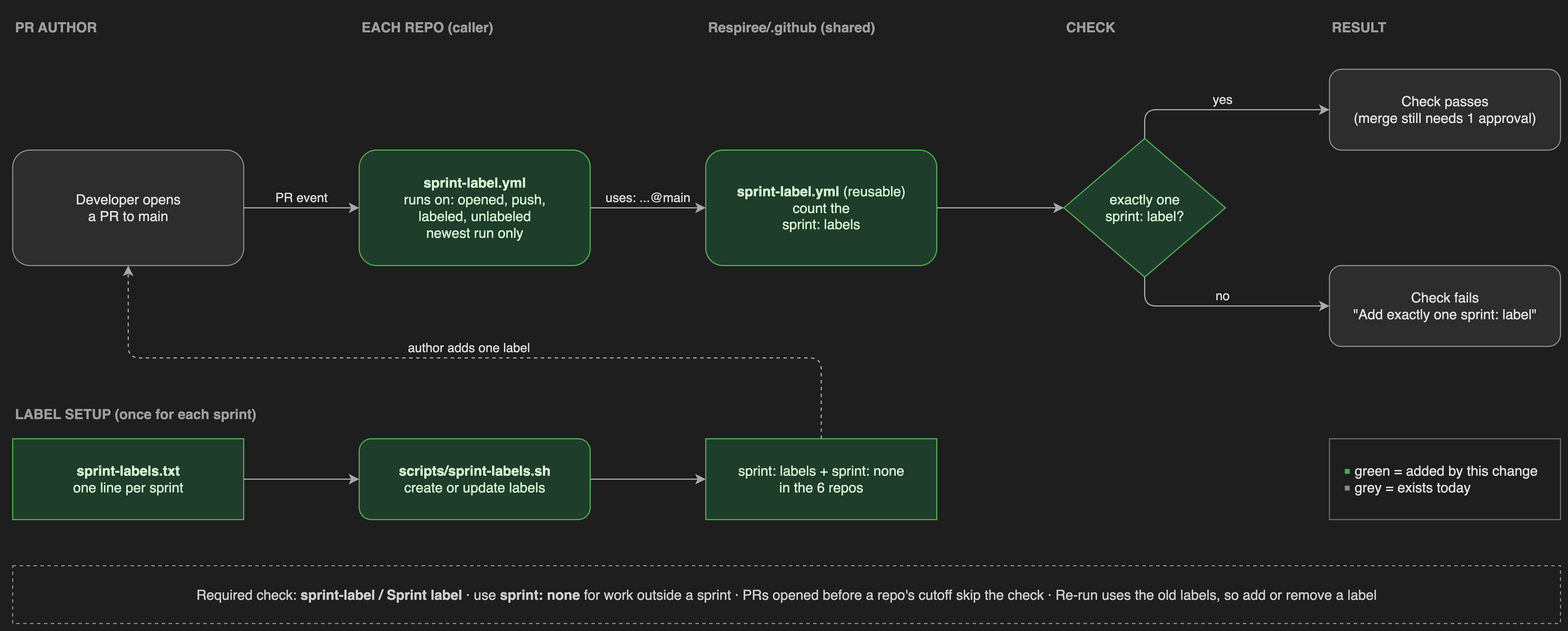
This is docs/sprint-label-flow.drawio.png from Respiree/.github, a draw.io export, as it was before one commit. Source tidied: cells renumbered, new cells last; positions are measured from the earlier drawing's top-left corner, leaving out a move shared by most shapes. Source of this version:
```xml
<mxGraphModel background="#1e1e1e">
  <root>
    <mxCell id="0" />
    <mxCell id="1" parent="0" />
    <mxCell id="2" value="PR AUTHOR" style="text;fontColor=#9e9e9e;fontStyle=1;align=left;" parent="1" vertex="1">
      <mxGeometry width="200" height="30" as="geometry" />
    </mxCell>
    <mxCell id="3" value="EACH REPO (caller)" style="text;fontColor=#9e9e9e;fontStyle=1;align=left;" parent="1" vertex="1">
      <mxGeometry x="300" width="200" height="30" as="geometry" />
    </mxCell>
    <mxCell id="4" value="Respiree/.github (shared)" style="text;fontColor=#9e9e9e;fontStyle=1;align=left;" parent="1" vertex="1">
      <mxGeometry x="600" width="220" height="30" as="geometry" />
    </mxCell>
    <mxCell id="5" value="CHECK" style="text;fontColor=#9e9e9e;fontStyle=1;align=left;" parent="1" vertex="1">
      <mxGeometry x="910" width="140" height="30" as="geometry" />
    </mxCell>
    <mxCell id="6" value="RESULT" style="text;fontColor=#9e9e9e;fontStyle=1;align=left;" parent="1" vertex="1">
      <mxGeometry x="1140" width="200" height="30" as="geometry" />
    </mxCell>
    <mxCell id="7" value="Developer opens&lt;br&gt;a PR to main" style="rounded=1;whiteSpace=wrap;html=1;fillColor=#2d2d2d;strokeColor=#8a8a8a;fontColor=#e0e0e0;" parent="1" vertex="1">
      <mxGeometry y="120" width="200" height="100" as="geometry" />
    </mxCell>
    <mxCell id="8" value="&lt;b&gt;sprint-label.yml&lt;/b&gt;&lt;br&gt;runs on: opened, push,&lt;br&gt;labeled, unlabeled&lt;br&gt;newest run only" style="rounded=1;whiteSpace=wrap;html=1;fillColor=#1f3d2b;strokeColor=#4caf50;fontColor=#d7f5d3;" parent="1" vertex="1">
      <mxGeometry x="300" y="120" width="200" height="100" as="geometry" />
    </mxCell>
    <mxCell id="9" value="&lt;b&gt;sprint-label.yml&lt;/b&gt; (reusable)&lt;br&gt;count the&lt;br&gt;sprint: labels" style="rounded=1;whiteSpace=wrap;html=1;fillColor=#1f3d2b;strokeColor=#4caf50;fontColor=#d7f5d3;" parent="1" vertex="1">
      <mxGeometry x="600" y="120" width="200" height="100" as="geometry" />
    </mxCell>
    <mxCell id="10" value="exactly one&lt;br&gt;sprint: label?" style="rhombus;whiteSpace=wrap;html=1;fillColor=#1f3d2b;strokeColor=#4caf50;fontColor=#d7f5d3;" parent="1" vertex="1">
      <mxGeometry x="910" y="110" width="140" height="120" as="geometry" />
    </mxCell>
    <mxCell id="11" value="Check passes&lt;br&gt;(merge still needs 1 approval)" style="rounded=1;whiteSpace=wrap;html=1;fillColor=#2d2d2d;strokeColor=#8a8a8a;fontColor=#e0e0e0;" parent="1" vertex="1">
      <mxGeometry x="1140" y="50" width="200" height="70" as="geometry" />
    </mxCell>
    <mxCell id="12" value="Check fails&lt;br&gt;&quot;Add exactly one sprint: label&quot;" style="rounded=1;whiteSpace=wrap;html=1;fillColor=#2d2d2d;strokeColor=#8a8a8a;fontColor=#e0e0e0;" parent="1" vertex="1">
      <mxGeometry x="1140" y="220" width="200" height="70" as="geometry" />
    </mxCell>
    <mxCell id="13" value="PR event" style="edgeStyle=orthogonalEdgeStyle;rounded=1;strokeColor=#aaaaaa;fontColor=#dddddd;labelBackgroundColor=none;verticalAlign=bottom;" parent="1" edge="1" source="7" target="8">
      <mxGeometry relative="1" as="geometry" />
    </mxCell>
    <mxCell id="14" value="uses: ...@main" style="edgeStyle=orthogonalEdgeStyle;rounded=1;strokeColor=#aaaaaa;fontColor=#dddddd;labelBackgroundColor=none;verticalAlign=bottom;" parent="1" edge="1" source="8" target="9">
      <mxGeometry relative="1" as="geometry" />
    </mxCell>
    <mxCell id="15" style="edgeStyle=orthogonalEdgeStyle;rounded=1;strokeColor=#aaaaaa;" parent="1" edge="1" source="9" target="10">
      <mxGeometry relative="1" as="geometry" />
    </mxCell>
    <mxCell id="16" value="yes" style="edgeStyle=orthogonalEdgeStyle;rounded=1;strokeColor=#aaaaaa;fontColor=#dddddd;labelBackgroundColor=none;verticalAlign=bottom;exitX=0.5;exitY=0;entryX=0;entryY=0.5;" parent="1" edge="1" source="10" target="11">
      <mxGeometry relative="1" as="geometry" />
    </mxCell>
    <mxCell id="17" value="no" style="edgeStyle=orthogonalEdgeStyle;rounded=1;strokeColor=#aaaaaa;fontColor=#dddddd;labelBackgroundColor=none;verticalAlign=bottom;exitX=0.5;exitY=1;entryX=0;entryY=0.5;" parent="1" edge="1" source="10" target="12">
      <mxGeometry relative="1" as="geometry" />
    </mxCell>
    <mxCell id="18" value="LABEL SETUP (once for each sprint)" style="text;fontColor=#9e9e9e;fontStyle=1;align=left;" parent="1" vertex="1">
      <mxGeometry y="335" width="300" height="30" as="geometry" />
    </mxCell>
    <mxCell id="19" value="&lt;b&gt;sprint-labels.txt&lt;/b&gt;&lt;br&gt;one line per sprint" style="whiteSpace=wrap;html=1;fillColor=#1f3d2b;strokeColor=#4caf50;fontColor=#d7f5d3;" parent="1" vertex="1">
      <mxGeometry y="370" width="200" height="70" as="geometry" />
    </mxCell>
    <mxCell id="20" value="&lt;b&gt;scripts/sprint-labels.sh&lt;/b&gt;&lt;br&gt;create or update labels" style="rounded=1;whiteSpace=wrap;html=1;fillColor=#1f3d2b;strokeColor=#4caf50;fontColor=#d7f5d3;" parent="1" vertex="1">
      <mxGeometry x="300" y="370" width="200" height="70" as="geometry" />
    </mxCell>
    <mxCell id="21" value="sprint: labels + sprint: none&lt;br&gt;in the 6 repos" style="whiteSpace=wrap;html=1;fillColor=#1f3d2b;strokeColor=#4caf50;fontColor=#d7f5d3;" parent="1" vertex="1">
      <mxGeometry x="600" y="370" width="200" height="70" as="geometry" />
    </mxCell>
    <mxCell id="22" style="edgeStyle=orthogonalEdgeStyle;rounded=1;strokeColor=#aaaaaa;" parent="1" edge="1" source="19" target="20">
      <mxGeometry relative="1" as="geometry" />
    </mxCell>
    <mxCell id="23" style="edgeStyle=orthogonalEdgeStyle;rounded=1;strokeColor=#aaaaaa;" parent="1" edge="1" source="20" target="21">
      <mxGeometry relative="1" as="geometry" />
    </mxCell>
    <mxCell id="24" value="author adds one label" style="edgeStyle=orthogonalEdgeStyle;rounded=1;strokeColor=#aaaaaa;fontColor=#dddddd;labelBackgroundColor=none;verticalAlign=bottom;dashed=1;exitX=0.5;exitY=0;entryX=0.5;entryY=1;" parent="1" edge="1" source="21" target="7">
      <mxGeometry relative="1" as="geometry">
        <Array as="points">
          <mxPoint x="700" y="300" />
          <mxPoint x="100" y="300" />
        </Array>
      </mxGeometry>
    </mxCell>
    <mxCell id="25" value="&lt;font color=&quot;#4caf50&quot;&gt;■&lt;/font&gt; green = added by this change&lt;br&gt;&lt;font color=&quot;#8a8a8a&quot;&gt;■&lt;/font&gt; grey = exists today" style="rounded=0;whiteSpace=wrap;html=1;fillColor=none;strokeColor=#6a6a6a;fontColor=#e0e0e0;align=left;spacingLeft=10;" parent="1" vertex="1">
      <mxGeometry x="1140" y="370" width="200" height="70" as="geometry" />
    </mxCell>
    <mxCell id="26" value="Required check: &lt;b&gt;sprint-label / Sprint label&lt;/b&gt;  ·  use &lt;b&gt;sprint: none&lt;/b&gt; for work outside a sprint  ·  PRs opened before a repo's cutoff skip the check  ·  Re-run uses the old labels, so add or remove a label" style="rounded=0;whiteSpace=wrap;html=1;fillColor=none;strokeColor=#8a8a8a;dashed=1;fontColor=#cfcfcf;" parent="1" vertex="1">
      <mxGeometry y="480" width="1340" height="50" as="geometry" />
    </mxCell>
  </root>
</mxGraphModel>
```
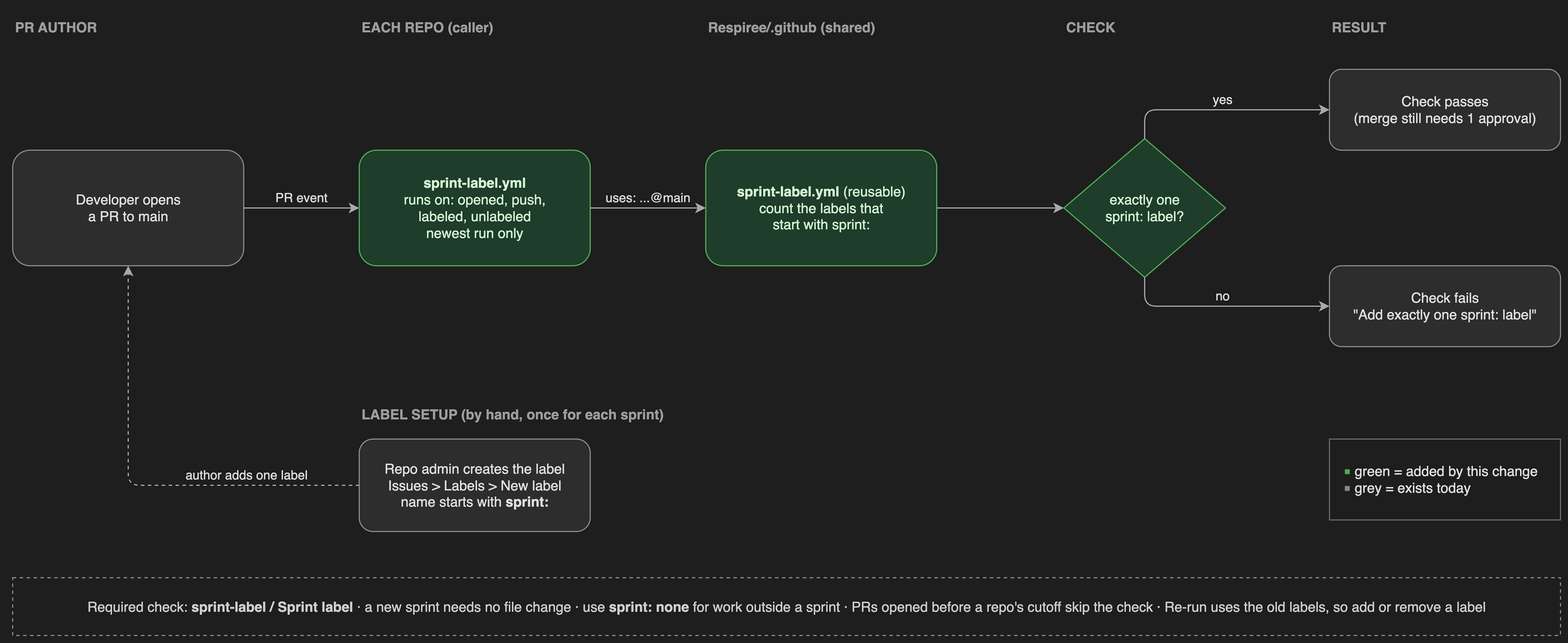
Later version of the same file.

Commit message:
drop the label list and sync script, the check accepts any sprint: label

Change to the diagram source:
```diff
@@ -23,7 +23,7 @@
     <mxCell id="8" value="&lt;b&gt;sprint-label.yml&lt;/b&gt;&lt;br&gt;runs on: opened, push,&lt;br&gt;labeled, unlabeled&lt;br&gt;newest run only" style="rounded=1;whiteSpace=wrap;html=1;fillColor=#1f3d2b;strokeColor=#4caf50;fontColor=#d7f5d3;" parent="1" vertex="1">
       <mxGeometry x="300" y="120" width="200" height="100" as="geometry" />
     </mxCell>
-    <mxCell id="9" value="&lt;b&gt;sprint-label.yml&lt;/b&gt; (reusable)&lt;br&gt;count the&lt;br&gt;sprint: labels" style="rounded=1;whiteSpace=wrap;html=1;fillColor=#1f3d2b;strokeColor=#4caf50;fontColor=#d7f5d3;" parent="1" vertex="1">
+    <mxCell id="9" value="&lt;b&gt;sprint-label.yml&lt;/b&gt; (reusable)&lt;br&gt;count the labels that&lt;br&gt;start with sprint:" style="rounded=1;whiteSpace=wrap;html=1;fillColor=#1f3d2b;strokeColor=#4caf50;fontColor=#d7f5d3;" parent="1" vertex="1">
       <mxGeometry x="600" y="120" width="200" height="100" as="geometry" />
     </mxCell>
     <mxCell id="10" value="exactly one&lt;br&gt;sprint: label?" style="rhombus;whiteSpace=wrap;html=1;fillColor=#1f3d2b;strokeColor=#4caf50;fontColor=#d7f5d3;" parent="1" vertex="1">
@@ -50,37 +50,20 @@
     <mxCell id="17" value="no" style="edgeStyle=orthogonalEdgeStyle;rounded=1;strokeColor=#aaaaaa;fontColor=#dddddd;labelBackgroundColor=none;verticalAlign=bottom;exitX=0.5;exitY=1;entryX=0;entryY=0.5;" parent="1" edge="1" source="10" target="12">
       <mxGeometry relative="1" as="geometry" />
     </mxCell>
-    <mxCell id="18" value="LABEL SETUP (once for each sprint)" style="text;fontColor=#9e9e9e;fontStyle=1;align=left;" parent="1" vertex="1">
-      <mxGeometry y="335" width="300" height="30" as="geometry" />
+    <mxCell id="18" value="LABEL SETUP (by hand, once for each sprint)" style="text;fontColor=#9e9e9e;fontStyle=1;align=left;" parent="1" vertex="1">
+      <mxGeometry x="300" y="335" width="340" height="30" as="geometry" />
     </mxCell>
-    <mxCell id="19" value="&lt;b&gt;sprint-labels.txt&lt;/b&gt;&lt;br&gt;one line per sprint" style="whiteSpace=wrap;html=1;fillColor=#1f3d2b;strokeColor=#4caf50;fontColor=#d7f5d3;" parent="1" vertex="1">
-      <mxGeometry y="370" width="200" height="70" as="geometry" />
-    </mxCell>
-    <mxCell id="20" value="&lt;b&gt;scripts/sprint-labels.sh&lt;/b&gt;&lt;br&gt;create or update labels" style="rounded=1;whiteSpace=wrap;html=1;fillColor=#1f3d2b;strokeColor=#4caf50;fontColor=#d7f5d3;" parent="1" vertex="1">
-      <mxGeometry x="300" y="370" width="200" height="70" as="geometry" />
-    </mxCell>
-    <mxCell id="21" value="sprint: labels + sprint: none&lt;br&gt;in the 6 repos" style="whiteSpace=wrap;html=1;fillColor=#1f3d2b;strokeColor=#4caf50;fontColor=#d7f5d3;" parent="1" vertex="1">
-      <mxGeometry x="600" y="370" width="200" height="70" as="geometry" />
+    <mxCell id="21" value="Repo admin creates the label&lt;br&gt;Issues &amp;gt; Labels &amp;gt; New label&lt;br&gt;name starts with &lt;b&gt;sprint:&lt;/b&gt;" style="rounded=1;whiteSpace=wrap;html=1;fillColor=#2d2d2d;strokeColor=#8a8a8a;fontColor=#e0e0e0;" parent="1" vertex="1">
+      <mxGeometry x="300" y="370" width="200" height="80" as="geometry" />
     </mxCell>
-    <mxCell id="22" style="edgeStyle=orthogonalEdgeStyle;rounded=1;strokeColor=#aaaaaa;" parent="1" edge="1" source="19" target="20">
-      <mxGeometry relative="1" as="geometry" />
-    </mxCell>
-    <mxCell id="23" style="edgeStyle=orthogonalEdgeStyle;rounded=1;strokeColor=#aaaaaa;" parent="1" edge="1" source="20" target="21">
-      <mxGeometry relative="1" as="geometry" />
-    </mxCell>
-    <mxCell id="24" value="author adds one label" style="edgeStyle=orthogonalEdgeStyle;rounded=1;strokeColor=#aaaaaa;fontColor=#dddddd;labelBackgroundColor=none;verticalAlign=bottom;dashed=1;exitX=0.5;exitY=0;entryX=0.5;entryY=1;" parent="1" edge="1" source="21" target="7">
-      <mxGeometry relative="1" as="geometry">
-        <Array as="points">
-          <mxPoint x="700" y="300" />
-          <mxPoint x="100" y="300" />
-        </Array>
-      </mxGeometry>
+    <mxCell id="24" value="author adds one label" style="edgeStyle=orthogonalEdgeStyle;rounded=1;strokeColor=#aaaaaa;fontColor=#dddddd;labelBackgroundColor=none;verticalAlign=bottom;dashed=1;exitX=0;exitY=0.5;entryX=0.5;entryY=1;" parent="1" edge="1" source="21" target="7">
+      <mxGeometry x="-0.5" relative="1" as="geometry" />
     </mxCell>
     <mxCell id="25" value="&lt;font color=&quot;#4caf50&quot;&gt;■&lt;/font&gt; green = added by this change&lt;br&gt;&lt;font color=&quot;#8a8a8a&quot;&gt;■&lt;/font&gt; grey = exists today" style="rounded=0;whiteSpace=wrap;html=1;fillColor=none;strokeColor=#6a6a6a;fontColor=#e0e0e0;align=left;spacingLeft=10;" parent="1" vertex="1">
       <mxGeometry x="1140" y="370" width="200" height="70" as="geometry" />
     </mxCell>
-    <mxCell id="26" value="Required check: &lt;b&gt;sprint-label / Sprint label&lt;/b&gt;  ·  use &lt;b&gt;sprint: none&lt;/b&gt; for work outside a sprint  ·  PRs opened before a repo's cutoff skip the check  ·  Re-run uses the old labels, so add or remove a label" style="rounded=0;whiteSpace=wrap;html=1;fillColor=none;strokeColor=#8a8a8a;dashed=1;fontColor=#cfcfcf;" parent="1" vertex="1">
-      <mxGeometry y="480" width="1340" height="50" as="geometry" />
+    <mxCell id="26" value="Required check: &lt;b&gt;sprint-label / Sprint label&lt;/b&gt;  ·  a new sprint needs no file change  ·  use &lt;b&gt;sprint: none&lt;/b&gt; for work outside a sprint  ·  PRs opened before a repo's cutoff skip the check  ·  Re-run uses the old labels, so add or remove a label" style="rounded=0;whiteSpace=wrap;html=1;fillColor=none;strokeColor=#8a8a8a;dashed=1;fontColor=#cfcfcf;" parent="1" vertex="1">
+      <mxGeometry y="490" width="1340" height="50" as="geometry" />
     </mxCell>
   </root>
 </mxGraphModel>
```
